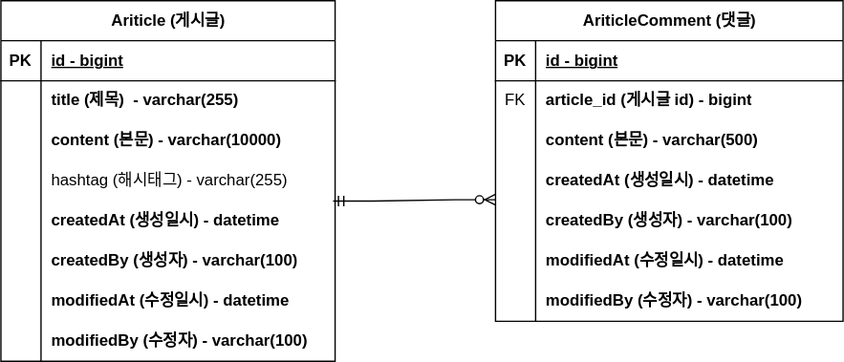
Before: project-board-erd.svg, a diagram exported from draw.io (gjehdalshh/fastcompus-project-board). Source tidied: cells renumbered, new cells last; positions are measured from the earlier drawing's top-left corner, leaving out a move shared by most shapes.
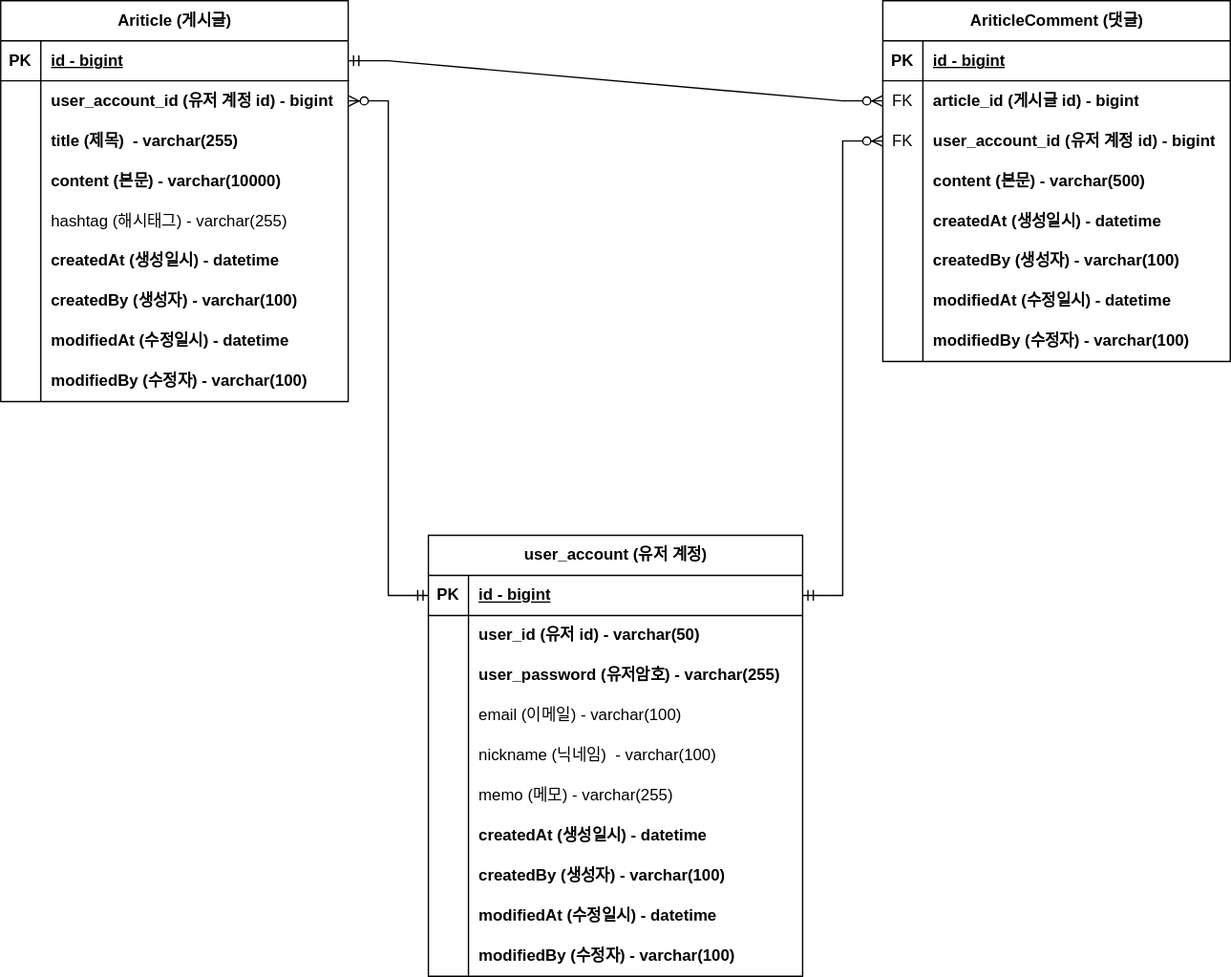
The same file after the commit.

Commit message:
유저 테이블 추가 및 FK 업데이트

Diff of the diagram source:
```diff
@@ -5,6 +5,6 @@
     <mxCell id="2" value="Ariticle (게시글)" style="shape=table;startSize=30;rowLines=0;fontStyle=1;align=center;html=1;" parent="1" vertex="1">
-      <mxGeometry width="250" height="270" as="geometry" />
+      <mxGeometry x="-70" width="260" height="300" as="geometry" />
     </mxCell>
     <mxCell id="3" style="shape=tableRow;horizontal=0;startSize=0;swimlaneHead=0;swimlaneBody=0;fillColor=none;points=[[0,0.5],[1,0.5]];portConstraint=eastwest;top=0;left=0;right=0;bottom=1;" parent="2" vertex="1">
-      <mxGeometry y="30" width="250" height="30" as="geometry" />
+      <mxGeometry y="30" width="260" height="30" as="geometry" />
     </mxCell>
@@ -14,6 +14,6 @@
     <mxCell id="5" value="id - bigint" style="shape=partialRectangle;fillColor=none;top=0;left=0;bottom=0;right=0;align=left;spacingLeft=6;fontStyle=5;overflow=hidden;whiteSpace=wrap;html=1;" parent="3" vertex="1">
-      <mxGeometry x="30" width="220" height="30" as="geometry" />
+      <mxGeometry x="30" width="230" height="30" as="geometry" />
     </mxCell>
     <mxCell id="6" style="shape=tableRow;horizontal=0;startSize=0;swimlaneHead=0;swimlaneBody=0;fillColor=none;points=[[0,0.5],[1,0.5]];portConstraint=eastwest;top=0;left=0;right=0;bottom=0;" parent="2" vertex="1">
-      <mxGeometry y="60" width="250" height="30" as="geometry" />
+      <mxGeometry y="60" width="260" height="30" as="geometry" />
     </mxCell>
@@ -22,7 +22,16 @@
     </mxCell>
-    <mxCell id="8" value="title (제목)&amp;nbsp; - varchar(255)" style="shape=partialRectangle;fillColor=none;top=0;left=0;bottom=0;right=0;align=left;spacingLeft=6;overflow=hidden;whiteSpace=wrap;html=1;fontStyle=1;" parent="6" vertex="1">
-      <mxGeometry x="30" width="220" height="30" as="geometry" />
+    <mxCell id="8" value="user_account_id (유저 계정 id) - bigint" style="shape=partialRectangle;fillColor=none;top=0;left=0;bottom=0;right=0;align=left;spacingLeft=6;overflow=hidden;whiteSpace=wrap;html=1;fontStyle=1;" parent="6" vertex="1">
+      <mxGeometry x="30" width="230" height="30" as="geometry" />
     </mxCell>
+    <mxCell id="50" style="shape=tableRow;horizontal=0;startSize=0;swimlaneHead=0;swimlaneBody=0;fillColor=none;top=0;left=0;right=0;bottom=0;" parent="2" vertex="1">
+      <mxGeometry y="90" width="260" height="30" as="geometry" />
+    </mxCell>
+    <mxCell id="51" style="shape=partialRectangle;fillColor=none;top=0;left=0;bottom=0;right=0;overflow=hidden;whiteSpace=wrap;html=1;" parent="50" vertex="1">
+      <mxGeometry width="30" height="30" as="geometry" />
+    </mxCell>
+    <mxCell id="52" value="title (제목)&amp;nbsp; - varchar(255)" style="shape=partialRectangle;fillColor=none;top=0;left=0;bottom=0;right=0;align=left;spacingLeft=6;overflow=hidden;whiteSpace=wrap;html=1;fontStyle=1;" parent="50" vertex="1">
+      <mxGeometry x="30" width="230" height="30" as="geometry" />
+    </mxCell>
     <mxCell id="9" style="shape=tableRow;horizontal=0;startSize=0;swimlaneHead=0;swimlaneBody=0;fillColor=none;top=0;left=0;right=0;bottom=0;" parent="2" vertex="1">
-      <mxGeometry y="90" width="250" height="30" as="geometry" />
+      <mxGeometry y="120" width="260" height="30" as="geometry" />
     </mxCell>
@@ -32,6 +41,6 @@
     <mxCell id="11" value="content (본문) - varchar(10000)" style="shape=partialRectangle;fillColor=none;top=0;left=0;bottom=0;right=0;align=left;spacingLeft=6;overflow=hidden;whiteSpace=wrap;html=1;fontStyle=1;" parent="9" vertex="1">
-      <mxGeometry x="30" width="220" height="30" as="geometry" />
+      <mxGeometry x="30" width="230" height="30" as="geometry" />
     </mxCell>
     <mxCell id="12" style="shape=tableRow;horizontal=0;startSize=0;swimlaneHead=0;swimlaneBody=0;fillColor=none;top=0;left=0;right=0;bottom=0;" parent="2" vertex="1">
-      <mxGeometry y="120" width="250" height="30" as="geometry" />
+      <mxGeometry y="150" width="260" height="30" as="geometry" />
     </mxCell>
@@ -41,6 +50,6 @@
     <mxCell id="14" value="hashtag (해시태그) - varchar(255)" style="shape=partialRectangle;fillColor=none;top=0;left=0;bottom=0;right=0;align=left;spacingLeft=6;overflow=hidden;whiteSpace=wrap;html=1;" parent="12" vertex="1">
-      <mxGeometry x="30" width="220" height="30" as="geometry" />
+      <mxGeometry x="30" width="230" height="30" as="geometry" />
     </mxCell>
     <mxCell id="15" style="shape=tableRow;horizontal=0;startSize=0;swimlaneHead=0;swimlaneBody=0;fillColor=none;points=[[0,0.5],[1,0.5]];portConstraint=eastwest;top=0;left=0;right=0;bottom=0;" parent="2" vertex="1">
-      <mxGeometry y="150" width="250" height="30" as="geometry" />
+      <mxGeometry y="180" width="260" height="30" as="geometry" />
     </mxCell>
@@ -50,6 +59,6 @@
     <mxCell id="17" value="createdAt (생성일시) - datetime" style="shape=partialRectangle;fillColor=none;top=0;left=0;bottom=0;right=0;align=left;spacingLeft=6;overflow=hidden;whiteSpace=wrap;html=1;fontStyle=1;" parent="15" vertex="1">
-      <mxGeometry x="30" width="220" height="30" as="geometry" />
+      <mxGeometry x="30" width="230" height="30" as="geometry" />
     </mxCell>
     <mxCell id="18" style="shape=tableRow;horizontal=0;startSize=0;swimlaneHead=0;swimlaneBody=0;fillColor=none;top=0;left=0;right=0;bottom=0;" parent="2" vertex="1">
-      <mxGeometry y="180" width="250" height="30" as="geometry" />
+      <mxGeometry y="210" width="260" height="30" as="geometry" />
     </mxCell>
@@ -59,6 +68,6 @@
     <mxCell id="20" value="createdBy (생성자) - varchar(100)" style="shape=partialRectangle;fillColor=none;top=0;left=0;bottom=0;right=0;align=left;spacingLeft=6;overflow=hidden;whiteSpace=wrap;html=1;fontStyle=1;" parent="18" vertex="1">
-      <mxGeometry x="30" width="220" height="30" as="geometry" />
+      <mxGeometry x="30" width="230" height="30" as="geometry" />
     </mxCell>
     <mxCell id="21" style="shape=tableRow;horizontal=0;startSize=0;swimlaneHead=0;swimlaneBody=0;fillColor=none;top=0;left=0;right=0;bottom=0;" parent="2" vertex="1">
-      <mxGeometry y="210" width="250" height="30" as="geometry" />
+      <mxGeometry y="240" width="260" height="30" as="geometry" />
     </mxCell>
@@ -68,6 +77,6 @@
     <mxCell id="23" value="modifiedAt (수정일시) - datetime" style="shape=partialRectangle;fillColor=none;top=0;left=0;bottom=0;right=0;align=left;spacingLeft=6;overflow=hidden;whiteSpace=wrap;html=1;fontStyle=1;" parent="21" vertex="1">
-      <mxGeometry x="30" width="220" height="30" as="geometry" />
+      <mxGeometry x="30" width="230" height="30" as="geometry" />
     </mxCell>
     <mxCell id="24" style="shape=tableRow;horizontal=0;startSize=0;swimlaneHead=0;swimlaneBody=0;fillColor=none;top=0;left=0;right=0;bottom=0;" parent="2" vertex="1">
-      <mxGeometry y="240" width="250" height="30" as="geometry" />
+      <mxGeometry y="270" width="260" height="30" as="geometry" />
     </mxCell>
@@ -77,6 +86,6 @@
     <mxCell id="26" value="modifiedBy (수정자) - varchar(100)" style="shape=partialRectangle;fillColor=none;top=0;left=0;bottom=0;right=0;align=left;spacingLeft=6;overflow=hidden;whiteSpace=wrap;html=1;fontStyle=1;" parent="24" vertex="1">
-      <mxGeometry x="30" width="220" height="30" as="geometry" />
+      <mxGeometry x="30" width="230" height="30" as="geometry" />
     </mxCell>
     <mxCell id="27" value="AriticleComment (댓글)" style="shape=table;startSize=30;rowLines=0;fontStyle=1;align=center;html=1;" parent="1" vertex="1">
-      <mxGeometry x="370" width="260" height="240" as="geometry" />
+      <mxGeometry x="590" width="260" height="270" as="geometry" />
     </mxCell>
@@ -100,4 +109,13 @@
     </mxCell>
+    <mxCell id="53" style="shape=tableRow;horizontal=0;startSize=0;swimlaneHead=0;swimlaneBody=0;fillColor=none;points=[[0,0.5],[1,0.5]];portConstraint=eastwest;top=0;left=0;right=0;bottom=0;" parent="27" vertex="1">
+      <mxGeometry y="90" width="260" height="30" as="geometry" />
+    </mxCell>
+    <mxCell id="54" value="FK" style="shape=partialRectangle;fillColor=none;top=0;left=0;bottom=0;right=0;overflow=hidden;whiteSpace=wrap;html=1;" parent="53" vertex="1">
+      <mxGeometry width="30" height="30" as="geometry" />
+    </mxCell>
+    <mxCell id="55" value="user_account_id (유저 계정 id) - bigint" style="shape=partialRectangle;fillColor=none;top=0;left=0;bottom=0;right=0;align=left;spacingLeft=6;overflow=hidden;whiteSpace=wrap;html=1;fontStyle=1;" parent="53" vertex="1">
+      <mxGeometry x="30" width="230" height="30" as="geometry" />
+    </mxCell>
     <mxCell id="34" style="shape=tableRow;horizontal=0;startSize=0;swimlaneHead=0;swimlaneBody=0;fillColor=none;top=0;left=0;right=0;bottom=0;" parent="27" vertex="1">
-      <mxGeometry y="90" width="260" height="30" as="geometry" />
+      <mxGeometry y="120" width="260" height="30" as="geometry" />
     </mxCell>
@@ -110,3 +128,3 @@
     <mxCell id="37" style="shape=tableRow;horizontal=0;startSize=0;swimlaneHead=0;swimlaneBody=0;fillColor=none;top=0;left=0;right=0;bottom=0;" parent="27" vertex="1">
-      <mxGeometry y="120" width="260" height="30" as="geometry" />
+      <mxGeometry y="150" width="260" height="30" as="geometry" />
     </mxCell>
@@ -119,3 +137,3 @@
     <mxCell id="40" style="shape=tableRow;horizontal=0;startSize=0;swimlaneHead=0;swimlaneBody=0;fillColor=none;points=[[0,0.5],[1,0.5]];portConstraint=eastwest;top=0;left=0;right=0;bottom=0;" parent="27" vertex="1">
-      <mxGeometry y="150" width="260" height="30" as="geometry" />
+      <mxGeometry y="180" width="260" height="30" as="geometry" />
     </mxCell>
@@ -128,3 +146,3 @@
     <mxCell id="43" style="shape=tableRow;horizontal=0;startSize=0;swimlaneHead=0;swimlaneBody=0;fillColor=none;top=0;left=0;right=0;bottom=0;" parent="27" vertex="1">
-      <mxGeometry y="180" width="260" height="30" as="geometry" />
+      <mxGeometry y="210" width="260" height="30" as="geometry" />
     </mxCell>
@@ -137,3 +155,3 @@
     <mxCell id="46" style="shape=tableRow;horizontal=0;startSize=0;swimlaneHead=0;swimlaneBody=0;fillColor=none;top=0;left=0;right=0;bottom=0;" parent="27" vertex="1">
-      <mxGeometry y="210" width="260" height="30" as="geometry" />
+      <mxGeometry y="240" width="260" height="30" as="geometry" />
     </mxCell>
@@ -145,5 +163,109 @@
     </mxCell>
-    <mxCell id="49" style="edgeStyle=entityRelationEdgeStyle;fontSize=12;html=1;endArrow=ERzeroToMany;startArrow=ERmandOne;rounded=0;entryX=0;entryY=-0.033;entryDx=0;entryDy=0;entryPerimeter=0;exitX=0.994;exitY=0;exitDx=0;exitDy=0;exitPerimeter=0;" parent="1" edge="1" source="15" target="40">
+    <mxCell id="49" style="edgeStyle=entityRelationEdgeStyle;fontSize=12;html=1;endArrow=ERzeroToMany;startArrow=ERmandOne;rounded=0;entryX=0;entryY=0.5;entryDx=0;entryDy=0;exitX=1;exitY=0.5;exitDx=0;exitDy=0;" parent="1" edge="1" source="3" target="31">
       <mxGeometry relative="1" as="geometry" />
     </mxCell>
+    <mxCell id="56" value="user_account (유저 계정)&lt;br&gt;" style="shape=table;startSize=30;rowLines=0;fontStyle=1;align=center;html=1;" parent="1" vertex="1">
+      <mxGeometry x="250" y="400" width="280" height="330" as="geometry" />
+    </mxCell>
+    <mxCell id="57" style="shape=tableRow;horizontal=0;startSize=0;swimlaneHead=0;swimlaneBody=0;fillColor=none;points=[[0,0.5],[1,0.5]];portConstraint=eastwest;top=0;left=0;right=0;bottom=1;" parent="56" vertex="1">
+      <mxGeometry y="30" width="280" height="30" as="geometry" />
+    </mxCell>
+    <mxCell id="58" value="PK" style="shape=partialRectangle;fillColor=none;top=0;left=0;bottom=0;right=0;fontStyle=1;overflow=hidden;whiteSpace=wrap;html=1;" parent="57" vertex="1">
+      <mxGeometry width="30" height="30" as="geometry" />
+    </mxCell>
+    <mxCell id="59" value="id - bigint" style="shape=partialRectangle;fillColor=none;top=0;left=0;bottom=0;right=0;align=left;spacingLeft=6;fontStyle=5;overflow=hidden;whiteSpace=wrap;html=1;" parent="57" vertex="1">
+      <mxGeometry x="30" width="250" height="30" as="geometry" />
+    </mxCell>
+    <mxCell id="60" style="shape=tableRow;horizontal=0;startSize=0;swimlaneHead=0;swimlaneBody=0;fillColor=none;top=0;left=0;right=0;bottom=0;" parent="56" vertex="1">
+      <mxGeometry y="60" width="280" height="30" as="geometry" />
+    </mxCell>
+    <mxCell id="61" style="shape=partialRectangle;fillColor=none;top=0;left=0;bottom=0;right=0;overflow=hidden;whiteSpace=wrap;html=1;" parent="60" vertex="1">
+      <mxGeometry width="30" height="30" as="geometry" />
+    </mxCell>
+    <mxCell id="62" value="user_id (유저 id) - varchar(50)" style="shape=partialRectangle;fillColor=none;top=0;left=0;bottom=0;right=0;align=left;spacingLeft=6;overflow=hidden;whiteSpace=wrap;html=1;fontStyle=1;" parent="60" vertex="1">
+      <mxGeometry x="30" width="250" height="30" as="geometry" />
+    </mxCell>
+    <mxCell id="63" style="shape=tableRow;horizontal=0;startSize=0;swimlaneHead=0;swimlaneBody=0;fillColor=none;top=0;left=0;right=0;bottom=0;" parent="56" vertex="1">
+      <mxGeometry y="90" width="280" height="30" as="geometry" />
+    </mxCell>
+    <mxCell id="64" style="shape=partialRectangle;fillColor=none;top=0;left=0;bottom=0;right=0;overflow=hidden;whiteSpace=wrap;html=1;" parent="63" vertex="1">
+      <mxGeometry width="30" height="30" as="geometry" />
+    </mxCell>
+    <mxCell id="65" value="user_password (유저암호) - varchar(255)" style="shape=partialRectangle;fillColor=none;top=0;left=0;bottom=0;right=0;align=left;spacingLeft=6;overflow=hidden;whiteSpace=wrap;html=1;fontStyle=1;" parent="63" vertex="1">
+      <mxGeometry x="30" width="250" height="30" as="geometry" />
+    </mxCell>
+    <mxCell id="66" style="shape=tableRow;horizontal=0;startSize=0;swimlaneHead=0;swimlaneBody=0;fillColor=none;top=0;left=0;right=0;bottom=0;" parent="56" vertex="1">
+      <mxGeometry y="120" width="280" height="30" as="geometry" />
+    </mxCell>
+    <mxCell id="67" style="shape=partialRectangle;fillColor=none;top=0;left=0;bottom=0;right=0;overflow=hidden;whiteSpace=wrap;html=1;" parent="66" vertex="1">
+      <mxGeometry width="30" height="30" as="geometry" />
+    </mxCell>
+    <mxCell id="68" value="email (이메일) - varchar(100)" style="shape=partialRectangle;fillColor=none;top=0;left=0;bottom=0;right=0;align=left;spacingLeft=6;overflow=hidden;whiteSpace=wrap;html=1;fontStyle=0;" parent="66" vertex="1">
+      <mxGeometry x="30" width="250" height="30" as="geometry" />
+    </mxCell>
+    <mxCell id="69" style="shape=tableRow;horizontal=0;startSize=0;swimlaneHead=0;swimlaneBody=0;fillColor=none;top=0;left=0;right=0;bottom=0;" parent="56" vertex="1">
+      <mxGeometry y="150" width="280" height="30" as="geometry" />
+    </mxCell>
+    <mxCell id="70" style="shape=partialRectangle;fillColor=none;top=0;left=0;bottom=0;right=0;overflow=hidden;whiteSpace=wrap;html=1;" parent="69" vertex="1">
+      <mxGeometry width="30" height="30" as="geometry" />
+    </mxCell>
+    <mxCell id="71" value="nickname (닉네임)&amp;nbsp; - varchar(100)" style="shape=partialRectangle;fillColor=none;top=0;left=0;bottom=0;right=0;align=left;spacingLeft=6;overflow=hidden;whiteSpace=wrap;html=1;fontStyle=0;" parent="69" vertex="1">
+      <mxGeometry x="30" width="250" height="30" as="geometry" />
+    </mxCell>
+    <mxCell id="72" style="shape=tableRow;horizontal=0;startSize=0;swimlaneHead=0;swimlaneBody=0;fillColor=none;top=0;left=0;right=0;bottom=0;" parent="56" vertex="1">
+      <mxGeometry y="180" width="280" height="30" as="geometry" />
+    </mxCell>
+    <mxCell id="73" style="shape=partialRectangle;fillColor=none;top=0;left=0;bottom=0;right=0;overflow=hidden;whiteSpace=wrap;html=1;" parent="72" vertex="1">
+      <mxGeometry width="30" height="30" as="geometry" />
+    </mxCell>
+    <mxCell id="74" value="memo (메모) - varchar(255)" style="shape=partialRectangle;fillColor=none;top=0;left=0;bottom=0;right=0;align=left;spacingLeft=6;overflow=hidden;whiteSpace=wrap;html=1;" parent="72" vertex="1">
+      <mxGeometry x="30" width="250" height="30" as="geometry" />
+    </mxCell>
+    <mxCell id="75" style="shape=tableRow;horizontal=0;startSize=0;swimlaneHead=0;swimlaneBody=0;fillColor=none;top=0;left=0;right=0;bottom=0;" parent="56" vertex="1">
+      <mxGeometry y="210" width="280" height="30" as="geometry" />
+    </mxCell>
+    <mxCell id="76" style="shape=partialRectangle;fillColor=none;top=0;left=0;bottom=0;right=0;overflow=hidden;whiteSpace=wrap;html=1;" parent="75" vertex="1">
+      <mxGeometry width="30" height="30" as="geometry" />
+    </mxCell>
+    <mxCell id="77" value="createdAt (생성일시) - datetime" style="shape=partialRectangle;fillColor=none;top=0;left=0;bottom=0;right=0;align=left;spacingLeft=6;overflow=hidden;whiteSpace=wrap;html=1;fontStyle=1;" parent="75" vertex="1">
+      <mxGeometry x="30" width="250" height="30" as="geometry" />
+    </mxCell>
+    <mxCell id="78" style="shape=tableRow;horizontal=0;startSize=0;swimlaneHead=0;swimlaneBody=0;fillColor=none;top=0;left=0;right=0;bottom=0;" parent="56" vertex="1">
+      <mxGeometry y="240" width="280" height="30" as="geometry" />
+    </mxCell>
+    <mxCell id="79" style="shape=partialRectangle;fillColor=none;top=0;left=0;bottom=0;right=0;overflow=hidden;whiteSpace=wrap;html=1;" parent="78" vertex="1">
+      <mxGeometry width="30" height="30" as="geometry" />
+    </mxCell>
+    <mxCell id="80" value="createdBy (생성자) - varchar(100)" style="shape=partialRectangle;fillColor=none;top=0;left=0;bottom=0;right=0;align=left;spacingLeft=6;overflow=hidden;whiteSpace=wrap;html=1;fontStyle=1;" parent="78" vertex="1">
+      <mxGeometry x="30" width="250" height="30" as="geometry" />
+    </mxCell>
+    <mxCell id="81" style="shape=tableRow;horizontal=0;startSize=0;swimlaneHead=0;swimlaneBody=0;fillColor=none;top=0;left=0;right=0;bottom=0;" parent="56" vertex="1">
+      <mxGeometry y="270" width="280" height="30" as="geometry" />
+    </mxCell>
+    <mxCell id="82" style="shape=partialRectangle;fillColor=none;top=0;left=0;bottom=0;right=0;overflow=hidden;whiteSpace=wrap;html=1;" parent="81" vertex="1">
+      <mxGeometry width="30" height="30" as="geometry" />
+    </mxCell>
+    <mxCell id="83" value="modifiedAt (수정일시) - datetime" style="shape=partialRectangle;fillColor=none;top=0;left=0;bottom=0;right=0;align=left;spacingLeft=6;overflow=hidden;whiteSpace=wrap;html=1;fontStyle=1;" parent="81" vertex="1">
+      <mxGeometry x="30" width="250" height="30" as="geometry" />
+    </mxCell>
+    <mxCell id="84" style="shape=tableRow;horizontal=0;startSize=0;swimlaneHead=0;swimlaneBody=0;fillColor=none;top=0;left=0;right=0;bottom=0;" parent="56" vertex="1">
+      <mxGeometry y="300" width="280" height="30" as="geometry" />
+    </mxCell>
+    <mxCell id="85" style="shape=partialRectangle;fillColor=none;top=0;left=0;bottom=0;right=0;overflow=hidden;whiteSpace=wrap;html=1;" parent="84" vertex="1">
+      <mxGeometry width="30" height="30" as="geometry" />
+    </mxCell>
+    <mxCell id="86" value="modifiedBy (수정자) - varchar(100)" style="shape=partialRectangle;fillColor=none;top=0;left=0;bottom=0;right=0;align=left;spacingLeft=6;overflow=hidden;whiteSpace=wrap;html=1;fontStyle=1;" parent="84" vertex="1">
+      <mxGeometry x="30" width="250" height="30" as="geometry" />
+    </mxCell>
+    <mxCell id="87" style="edgeStyle=entityRelationEdgeStyle;fontSize=12;html=1;endArrow=ERzeroToMany;startArrow=ERmandOne;rounded=0;entryX=1;entryY=0.5;entryDx=0;entryDy=0;exitX=0;exitY=0.5;exitDx=0;exitDy=0;" parent="1" edge="1" source="57" target="6">
+      <mxGeometry relative="1" as="geometry">
+        <Array as="points">
+          <mxPoint x="330" y="370" />
+          <mxPoint x="330" y="350" />
+        </Array>
+      </mxGeometry>
+    </mxCell>
+    <mxCell id="88" style="edgeStyle=entityRelationEdgeStyle;fontSize=12;html=1;endArrow=ERzeroToMany;startArrow=ERmandOne;rounded=0;exitX=1;exitY=0.5;exitDx=0;exitDy=0;entryX=0;entryY=0.5;entryDx=0;entryDy=0;" parent="1" edge="1" source="57" target="53">
+      <mxGeometry relative="1" as="geometry" />
+    </mxCell>
   </root>
```
